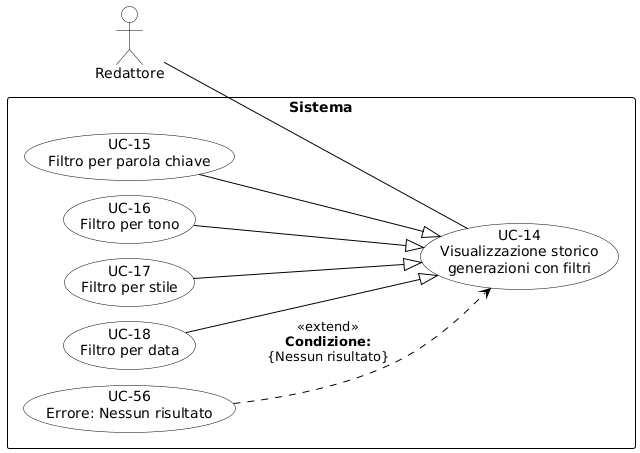
Above: RTB/Analisi dei Requisiti/diagrammi_use_case/UC-14.png in aLittleByte-19/Documentazione (PlantUML), before the change.
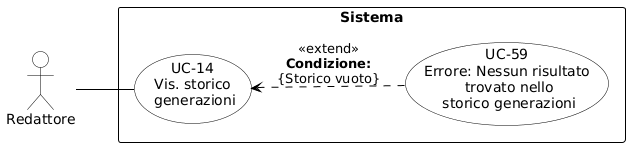
After the change.

Change to the diagram source:
```diff
@@ -1,11 +1,9 @@
 @startuml
 skinparam shadowing false
 skinparam defaultFontName Arial
-
 left to right direction
-
-skinparam ranksep 60
 skinparam nodesep 15
+skinparam ranksep 50
 
 skinparam usecase {
     BackgroundColor white
@@ -21,24 +19,14 @@
     FontStyle bold
 }
 
-actor "Redattore" as R
+actor "Redattore" as redattore
 
 rectangle "Sistema" {
-    usecase "UC-14\nVisualizzazione storico\ngenerazioni con filtri" as UC14
+    usecase "UC-14\nVis. storico\n generazioni" as UC14
+    usecase "UC-59\nErrore: Nessun risultato\n trovato nello\n storico generazioni" as UC59
 
-    usecase "UC-15\nFiltro per parola chiave" as UC15
-    usecase "UC-16\nFiltro per tono" as UC16
-    usecase "UC-17\nFiltro per stile" as UC17
-    usecase "UC-18\nFiltro per data" as UC18
-    usecase "UC-56\nErrore: Nessun risultato" as UC56
-
-    UC15 --|> UC14
-    UC16 --|> UC14
-    UC17 --|> UC14
-    UC18 --|> UC14
-
-    UC56 ..> UC14 : <<extend>>\n**Condizione:**\n{Nessun risultato}
+    UC59 .up.> UC14 : «extend»\n<b>Condizione:</b>\n{Storico vuoto}
 }
 
-R -- UC14
+redattore -- UC14
 @enduml
```
